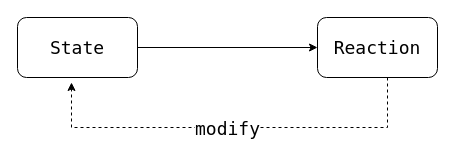
The draw.io diagram page "sample" (1 of 3) of mobx-model.drawio in whinc/pic-bed, before the edit. Source tidied: cells renumbered, new cells numbered last; positions are measured from the earlier drawing's top-left corner, leaving out a move shared by most shapes. Both pictures are drawn from the tidied source at 100%, with x=0, y=0 at pixel (17, 17).
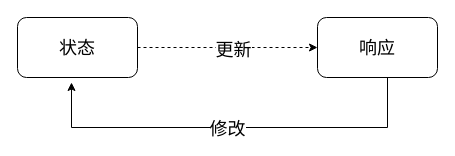
The same page after the edit.

Change to the diagram source:
```diff
@@
 <mxGraphModel>
   <root>
     <mxCell id="0" />
     <mxCell id="1" parent="0" />
-    <mxCell id="2" style="edgeStyle=orthogonalEdgeStyle;rounded=0;jettySize=auto;html=1;exitX=1;exitY=0.5;exitDx=0;exitDy=0;fontFamily=Lucida Console;fontSize=18;" parent="1" edge="1" source="3" target="6">
+    <mxCell id="2" style="edgeStyle=orthogonalEdgeStyle;rounded=0;jettySize=auto;html=1;exitX=1;exitY=0.5;exitDx=0;exitDy=0;fontFamily=Lucida Console;fontSize=18;dashed=1;" parent="1" edge="1" source="3" target="6">
       <mxGeometry relative="1" as="geometry" />
     </mxCell>
+    <mxCell id="7" value="更新" style="text;html=1;align=center;verticalAlign=middle;labelBackgroundColor=#ffffff;fontSize=18;fontFamily=Helvetica;" parent="2" vertex="1">
+      <mxGeometry x="0.06" y="-2" relative="1" as="geometry" />
+    </mxCell>
-    <mxCell id="3" value="State" style="rounded=1;whiteSpace=wrap;html=1;fontFamily=Lucida Console;fontSize=18;" parent="1" vertex="1">
+    <mxCell id="3" value="状态" style="rounded=1;whiteSpace=wrap;html=1;fontFamily=Lucida Console;fontSize=18;" parent="1" vertex="1">
       <mxGeometry width="120" height="60" as="geometry" />
     </mxCell>
-    <mxCell id="4" style="edgeStyle=orthogonalEdgeStyle;rounded=0;jettySize=auto;html=1;entryX=0.45;entryY=1.083;entryDx=0;entryDy=0;entryPerimeter=0;fontFamily=Lucida Console;fontSize=18;dashed=1;" parent="1" edge="1" source="6" target="3">
+    <mxCell id="4" style="edgeStyle=orthogonalEdgeStyle;rounded=0;jettySize=auto;html=1;entryX=0.45;entryY=1.083;entryDx=0;entryDy=0;entryPerimeter=0;fontFamily=Lucida Console;fontSize=18;" parent="1" edge="1" source="6" target="3">
       <mxGeometry relative="1" as="geometry">
         <Array as="points">
           <mxPoint x="370" y="110" />
           <mxPoint x="54" y="110" />
         </Array>
       </mxGeometry>
     </mxCell>
-    <mxCell id="5" value="modify" style="text;html=1;align=center;verticalAlign=middle;labelBackgroundColor=#ffffff;fontSize=18;fontFamily=Lucida Console;" parent="4" vertex="1">
+    <mxCell id="5" value="修改" style="text;html=1;align=center;verticalAlign=middle;labelBackgroundColor=#ffffff;fontSize=18;fontFamily=Lucida Console;" parent="4" vertex="1">
       <mxGeometry x="-0.12" y="2" relative="1" as="geometry">
         <mxPoint x="-30" y="-2" as="offset" />
       </mxGeometry>
     </mxCell>
-    <mxCell id="6" value="Reaction" style="rounded=1;whiteSpace=wrap;html=1;fontFamily=Lucida Console;fontSize=18;" parent="1" vertex="1">
+    <mxCell id="6" value="响应" style="rounded=1;whiteSpace=wrap;html=1;fontFamily=Lucida Console;fontSize=18;" parent="1" vertex="1">
       <mxGeometry x="300" width="120" height="60" as="geometry" />
     </mxCell>
   </root>
 </mxGraphModel>
```
